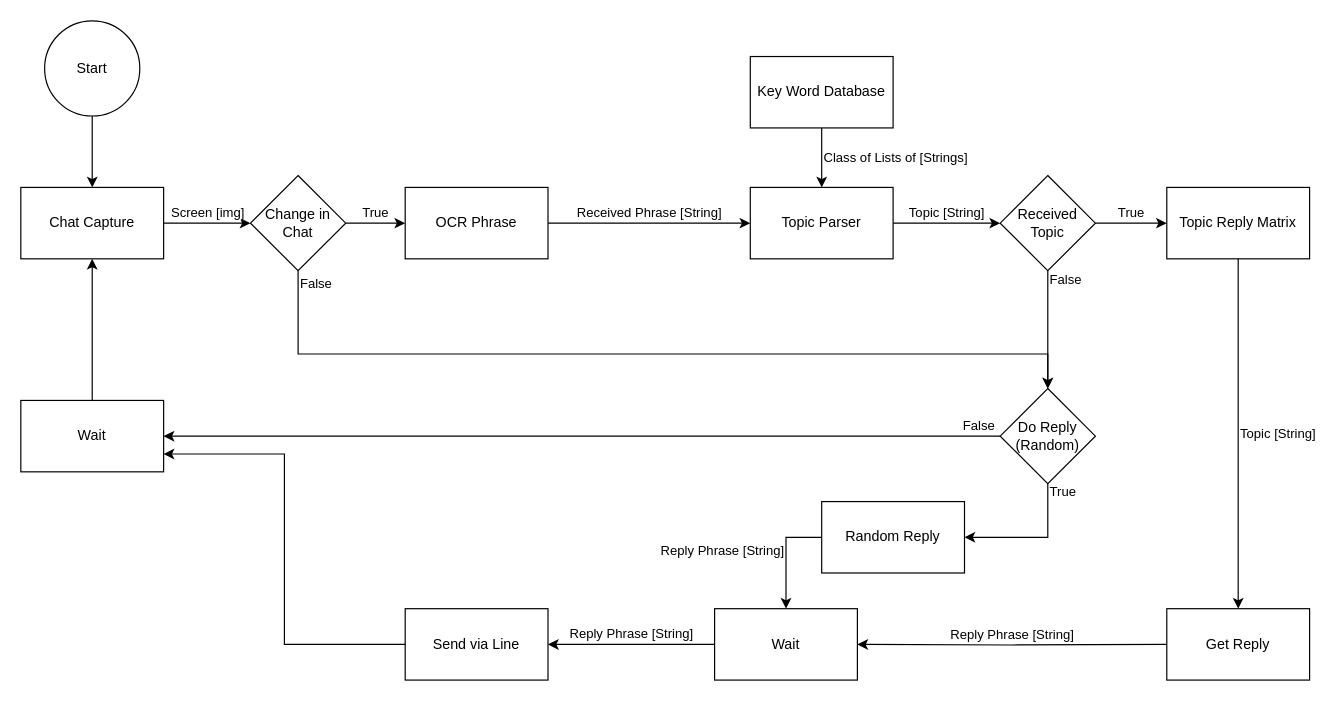
Above: translations/Love-Bot-AI-block-diagram.drawio in thedancomplex/love-bot-ai (draw.io), before the change. Source tidied: cells renumbered, new cells numbered last; positions are measured from the earlier drawing's top-left corner, leaving out a move shared by most shapes. Both pictures are drawn from the tidied source at 119%, with x=0, y=0 at pixel (20, 20).
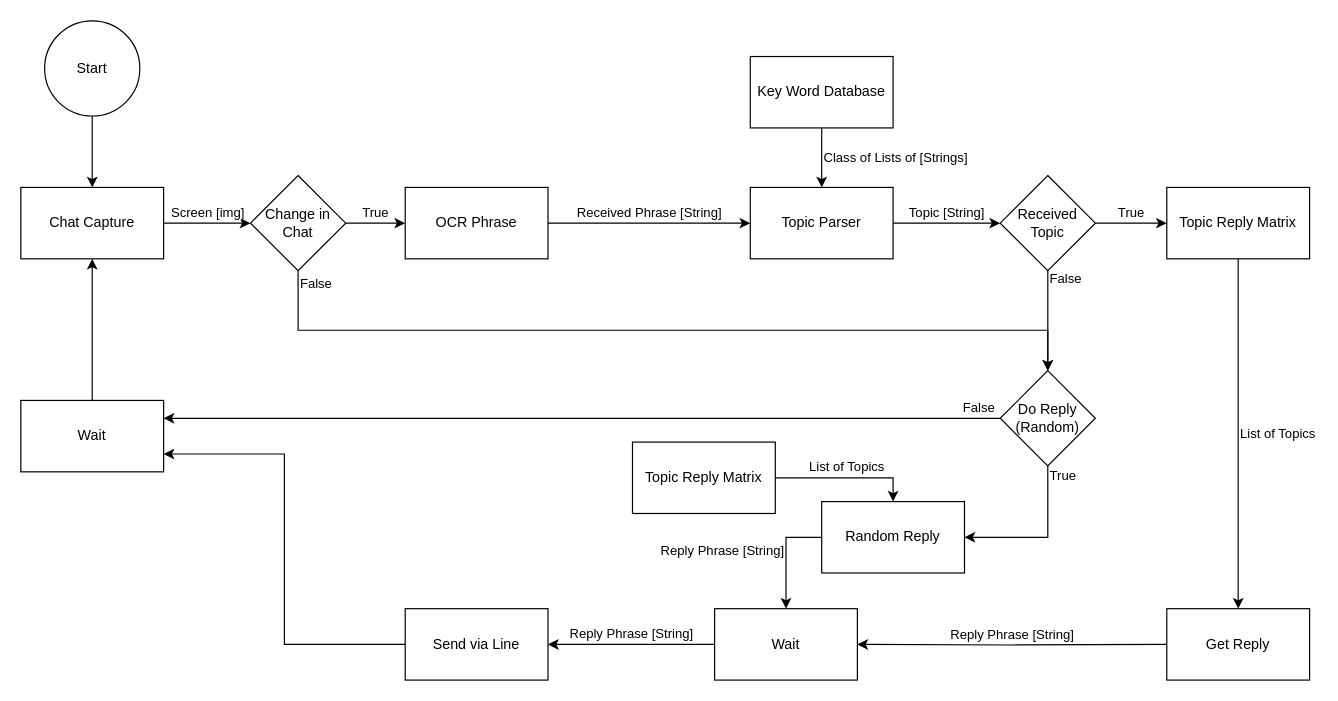
After the change.

Commit message (it also covers changes not shown here):
updated the block diagrams

The change refers to these unchanged cells:
```xml
<mxCell id="12" value="Topic Reply Matrix" style="rounded=0;whiteSpace=wrap;html=1;" parent="1" vertex="1">
  <mxGeometry x="963" y="140" width="120" height="60" as="geometry" />
</mxCell>
<mxCell id="14" value="Get Reply" style="rounded=0;whiteSpace=wrap;html=1;" parent="1" vertex="1">
  <mxGeometry x="963" y="494" width="120" height="60" as="geometry" />
</mxCell>
<mxCell id="23" value="&lt;div&gt;Change in &lt;br&gt;&lt;/div&gt;&lt;div&gt;Chat&lt;br&gt;&lt;/div&gt;" style="rhombus;whiteSpace=wrap;html=1;" parent="1" vertex="1">
  <mxGeometry x="193" y="130" width="80" height="80" as="geometry" />
</mxCell>
<mxCell id="25" value="Wait" style="rounded=0;whiteSpace=wrap;html=1;" parent="1" vertex="1">
  <mxGeometry y="319" width="120" height="60" as="geometry" />
</mxCell>
<mxCell id="27" value="Random Reply" style="rounded=0;whiteSpace=wrap;html=1;" parent="1" vertex="1">
  <mxGeometry x="673" y="404" width="120" height="60" as="geometry" />
</mxCell>
```

What changed in the source:
```diff
@@
-    <mxCell id="11" value="Topic [String]" style="edgeStyle=orthogonalEdgeStyle;rounded=0;jettySize=auto;html=1;exitX=0.5;exitY=1;exitDx=0;exitDy=0;entryX=0.5;entryY=0;entryDx=0;entryDy=0;align=left;" parent="1" edge="1" source="12" target="14">
+    <mxCell id="11" value="List of Topics" style="edgeStyle=orthogonalEdgeStyle;rounded=0;jettySize=auto;html=1;exitX=0.5;exitY=1;exitDx=0;exitDy=0;entryX=0.5;entryY=0;entryDx=0;entryDy=0;align=left;" parent="1" edge="1" source="12" target="14">
       <mxGeometry relative="1" as="geometry" />
     </mxCell>
@@
     <mxCell id="22" value="&lt;div&gt;False&lt;/div&gt;" style="edgeStyle=orthogonalEdgeStyle;rounded=0;jettySize=auto;html=1;exitX=0.5;exitY=1;exitDx=0;exitDy=0;entryX=0.5;entryY=0;entryDx=0;entryDy=0;align=left;verticalAlign=middle;" parent="1" edge="1" source="23" target="30">
       <mxGeometry x="-0.97" relative="1" as="geometry">
         <Array as="points">
-          <mxPoint x="233" y="280" />
-          <mxPoint x="863" y="280" />
+          <mxPoint x="233" y="260" />
+          <mxPoint x="863" y="260" />
         </Array>
       </mxGeometry>
     </mxCell>
@@
-    <mxCell id="29" value="False" style="edgeStyle=orthogonalEdgeStyle;rounded=0;jettySize=auto;html=1;exitX=0;exitY=0.5;exitDx=0;exitDy=0;entryX=1;entryY=0.5;entryDx=0;entryDy=0;verticalAlign=bottom;" parent="1" edge="1" source="30" target="25">
+    <mxCell id="29" value="False" style="edgeStyle=orthogonalEdgeStyle;rounded=0;jettySize=auto;html=1;exitX=0;exitY=0.5;exitDx=0;exitDy=0;entryX=1;entryY=0.25;entryDx=0;entryDy=0;verticalAlign=bottom;" parent="1" edge="1" source="30" target="25">
       <mxGeometry x="-0.95" relative="1" as="geometry" />
     </mxCell>
     <mxCell id="30" value="&lt;div&gt;Do Reply&lt;/div&gt;&lt;div&gt;(Random)&lt;br&gt;&lt;/div&gt;" style="rhombus;whiteSpace=wrap;html=1;" parent="1" vertex="1">
-      <mxGeometry x="823" y="309" width="80" height="80" as="geometry" />
+      <mxGeometry x="823" y="294" width="80" height="80" as="geometry" />
     </mxCell>
@@
+    <mxCell id="33" value="List of Topics" style="edgeStyle=orthogonalEdgeStyle;rounded=0;jettySize=auto;html=1;exitX=1;exitY=0.5;exitDx=0;exitDy=0;entryX=0.5;entryY=0;entryDx=0;entryDy=0;verticalAlign=bottom;" parent="1" edge="1" source="34" target="27">
+      <mxGeometry relative="1" as="geometry" />
+    </mxCell>
+    <mxCell id="34" value="Topic Reply Matrix" style="rounded=0;whiteSpace=wrap;html=1;" parent="1" vertex="1">
+      <mxGeometry x="514" y="354" width="120" height="60" as="geometry" />
+    </mxCell>
```
